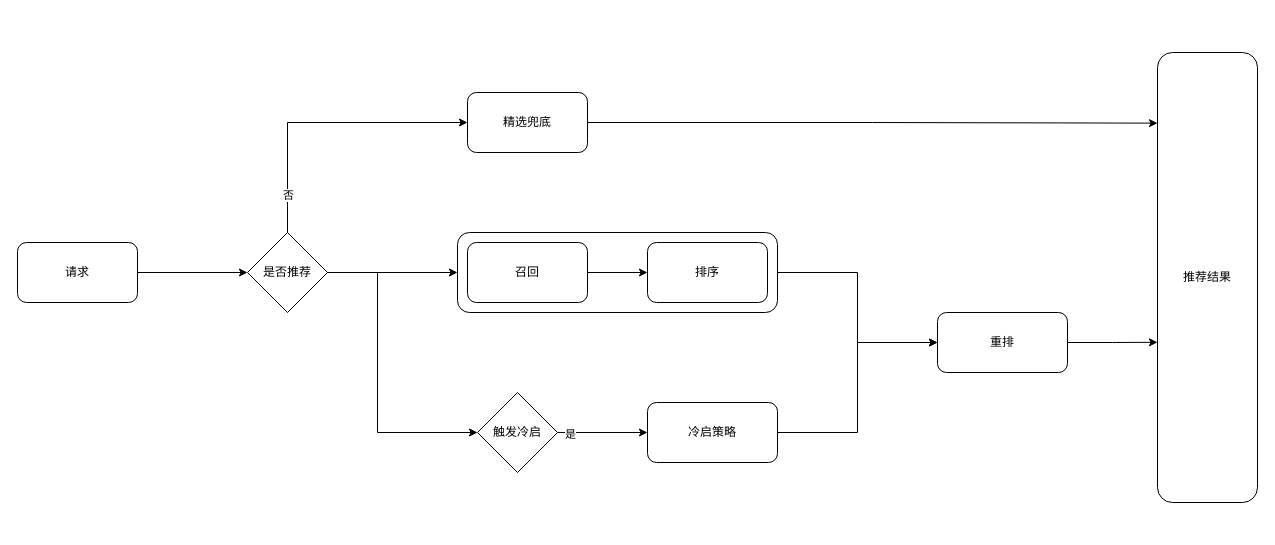
Before: page "第 8 页" (5 of 5) of 推荐架构.drawio in Ice-Tea-7/HelloWorld, a draw.io diagram. Source tidied: cells renumbered, new cells numbered last; positions are measured from the earlier drawing's top-left corner, leaving out a move shared by most shapes. Both pictures are drawn from the tidied source at 100%, with x=0, y=0 at pixel (17, 52).
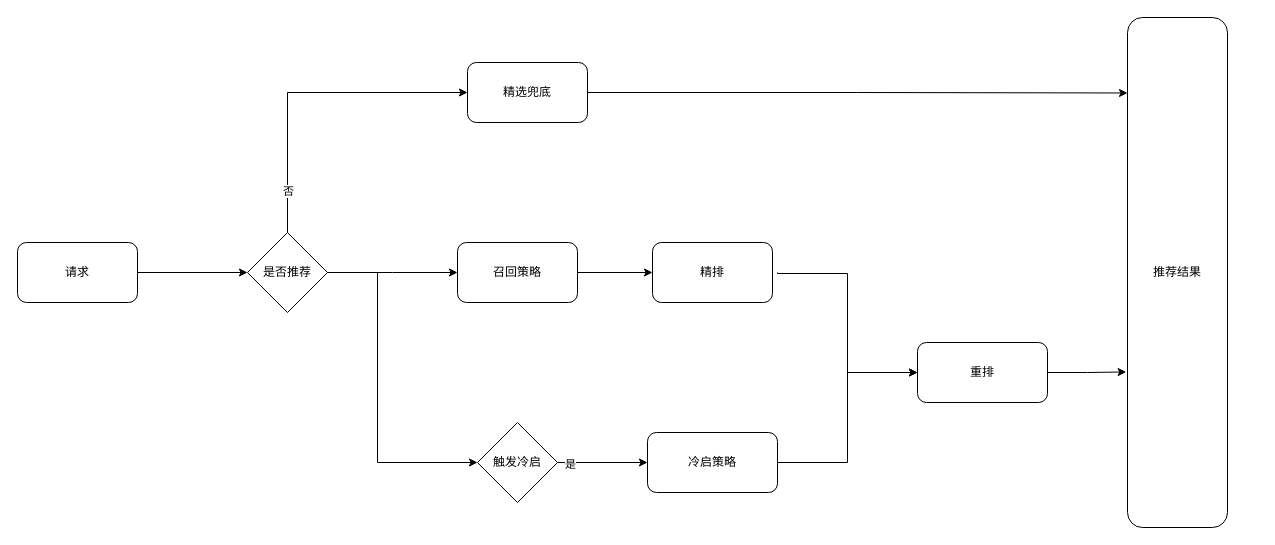
Above is the later version.

The change refers to these unchanged cells:
```xml
<mxCell id="8" value="是否推荐" style="rhombus;whiteSpace=wrap;html=1;" parent="1" vertex="1">
  <mxGeometry x="230" y="180" width="80" height="80" as="geometry" />
</mxCell>
```

Change to the diagram source:
```diff
@@
-    <mxCell id="4" style="edgeStyle=orthogonalEdgeStyle;rounded=0;jettySize=auto;html=1;exitX=1;exitY=0.5;exitDx=0;exitDy=0;entryX=0;entryY=0.5;entryDx=0;entryDy=0;" parent="1" edge="1" source="8" target="17">
-      <mxGeometry relative="1" as="geometry" />
+    <mxCell id="4" style="edgeStyle=orthogonalEdgeStyle;rounded=0;jettySize=auto;html=1;exitX=1;exitY=0.5;exitDx=0;exitDy=0;entryX=0;entryY=0.5;entryDx=0;entryDy=0;" parent="1" edge="1" source="8">
+      <mxGeometry relative="1" as="geometry">
+        <mxPoint x="440" y="220" as="targetPoint" />
+      </mxGeometry>
     </mxCell>
     <mxCell id="5" style="edgeStyle=orthogonalEdgeStyle;rounded=0;jettySize=auto;html=1;exitX=1;exitY=0.5;exitDx=0;exitDy=0;entryX=0;entryY=0.5;entryDx=0;entryDy=0;" parent="1" edge="1" source="8" target="15">
       <mxGeometry relative="1" as="geometry">
         <Array as="points">
           <mxPoint x="360" y="220" />
-          <mxPoint x="360" y="380" />
+          <mxPoint x="360" y="410" />
         </Array>
       </mxGeometry>
     </mxCell>
@@
     <mxCell id="9" style="edgeStyle=orthogonalEdgeStyle;rounded=0;jettySize=auto;html=1;exitX=1;exitY=0.5;exitDx=0;exitDy=0;entryX=0;entryY=0.5;entryDx=0;entryDy=0;" parent="1" edge="1" source="10" target="12">
-      <mxGeometry relative="1" as="geometry" />
+      <mxGeometry relative="1" as="geometry">
+        <Array as="points">
+          <mxPoint x="830" y="410" />
+          <mxPoint x="830" y="320" />
+        </Array>
+      </mxGeometry>
     </mxCell>
     <mxCell id="10" value="冷启策略" style="rounded=1;whiteSpace=wrap;html=1;" parent="1" vertex="1">
-      <mxGeometry x="630" y="350" width="130" height="60" as="geometry" />
+      <mxGeometry x="630" y="380" width="130" height="60" as="geometry" />
     </mxCell>
-    <mxCell id="11" style="edgeStyle=orthogonalEdgeStyle;rounded=0;jettySize=auto;html=1;exitX=1;exitY=0.5;exitDx=0;exitDy=0;entryX=0;entryY=0.644;entryDx=0;entryDy=0;entryPerimeter=0;" parent="1" edge="1" source="12" target="23">
+    <mxCell id="11" style="edgeStyle=orthogonalEdgeStyle;rounded=0;jettySize=auto;html=1;exitX=1;exitY=0.5;exitDx=0;exitDy=0;entryX=-0.013;entryY=0.695;entryDx=0;entryDy=0;entryPerimeter=0;" parent="1" edge="1" source="12" target="23">
       <mxGeometry relative="1" as="geometry" />
     </mxCell>
     <mxCell id="12" value="重排" style="rounded=1;whiteSpace=wrap;html=1;" parent="1" vertex="1">
-      <mxGeometry x="920" y="260" width="130" height="60" as="geometry" />
+      <mxGeometry x="900" y="290" width="130" height="60" as="geometry" />
     </mxCell>
@@
     <mxCell id="15" value="触发冷启" style="rhombus;whiteSpace=wrap;html=1;" parent="1" vertex="1">
-      <mxGeometry x="460" y="340" width="80" height="80" as="geometry" />
+      <mxGeometry x="460" y="370" width="80" height="80" as="geometry" />
     </mxCell>
-    <mxCell id="16" style="group;" parent="1" vertex="1">
-      <mxGeometry x="440" y="180" width="320" height="80" as="geometry" />
-    </mxCell>
-    <mxCell id="17" style="rounded=1;whiteSpace=wrap;html=1;" parent="16" vertex="1">
-      <mxGeometry width="320" height="80" as="geometry" />
-    </mxCell>
-    <mxCell id="18" value="召回" style="rounded=1;whiteSpace=wrap;html=1;" parent="16" vertex="1">
-      <mxGeometry x="10" y="10" width="120" height="60" as="geometry" />
-    </mxCell>
-    <mxCell id="19" value="排序" style="rounded=1;whiteSpace=wrap;html=1;" parent="16" vertex="1">
-      <mxGeometry x="190" y="10" width="120" height="60" as="geometry" />
-    </mxCell>
-    <mxCell id="20" style="edgeStyle=orthogonalEdgeStyle;rounded=0;jettySize=auto;html=1;exitX=1;exitY=0.5;exitDx=0;exitDy=0;entryX=0;entryY=0.5;entryDx=0;entryDy=0;" parent="16" edge="1" source="18" target="19">
-      <mxGeometry relative="1" as="geometry" />
-    </mxCell>
-    <mxCell id="21" style="edgeStyle=orthogonalEdgeStyle;rounded=0;jettySize=auto;html=1;exitX=1;exitY=0.5;exitDx=0;exitDy=0;entryX=0;entryY=0.157;entryDx=0;entryDy=0;entryPerimeter=0;" parent="1" edge="1" source="22" target="23">
+    <mxCell id="21" style="edgeStyle=orthogonalEdgeStyle;rounded=0;jettySize=auto;html=1;exitX=1;exitY=0.5;exitDx=0;exitDy=0;entryX=0;entryY=0.148;entryDx=0;entryDy=0;entryPerimeter=0;" parent="1" edge="1" source="22" target="23">
       <mxGeometry relative="1" as="geometry" />
     </mxCell>
     <mxCell id="22" value="精选兜底" style="rounded=1;whiteSpace=wrap;html=1;" parent="1" vertex="1">
-      <mxGeometry x="450" y="40" width="120" height="60" as="geometry" />
+      <mxGeometry x="450" y="10" width="120" height="60" as="geometry" />
     </mxCell>
     <mxCell id="23" value="推荐结果" style="rounded=1;whiteSpace=wrap;html=1;" parent="1" vertex="1">
-      <mxGeometry x="1140" width="100" height="450" as="geometry" />
+      <mxGeometry x="1110" y="-35" width="100" height="510" as="geometry" />
     </mxCell>
-    <mxCell id="24" style="edgeStyle=orthogonalEdgeStyle;rounded=0;jettySize=auto;html=1;exitX=1;exitY=0.5;exitDx=0;exitDy=0;entryX=0;entryY=0.5;entryDx=0;entryDy=0;" parent="1" edge="1" source="17" target="12">
-      <mxGeometry relative="1" as="geometry" />
+    <mxCell id="24" style="edgeStyle=orthogonalEdgeStyle;rounded=0;jettySize=auto;html=1;exitX=1;exitY=0.5;exitDx=0;exitDy=0;entryX=0;entryY=0.5;entryDx=0;entryDy=0;" parent="1" edge="1" target="12">
+      <mxGeometry relative="1" as="geometry">
+        <mxPoint x="760" y="220" as="sourcePoint" />
+        <Array as="points">
+          <mxPoint x="760" y="221" />
+          <mxPoint x="830" y="221" />
+          <mxPoint x="830" y="320" />
+        </Array>
+      </mxGeometry>
     </mxCell>
+    <mxCell id="25" style="edgeStyle=orthogonalEdgeStyle;rounded=0;jettySize=auto;html=1;exitX=1;exitY=0.5;exitDx=0;exitDy=0;entryX=0;entryY=0.5;entryDx=0;entryDy=0;" parent="1" edge="1" source="26" target="27">
+      <mxGeometry relative="1" as="geometry" />
+    </mxCell>
+    <mxCell id="26" value="召回策略" style="rounded=1;whiteSpace=wrap;html=1;" parent="1" vertex="1">
+      <mxGeometry x="440" y="190" width="120" height="60" as="geometry" />
+    </mxCell>
+    <mxCell id="27" value="精排" style="rounded=1;whiteSpace=wrap;html=1;" parent="1" vertex="1">
+      <mxGeometry x="635" y="190" width="120" height="60" as="geometry" />
+    </mxCell>
```
